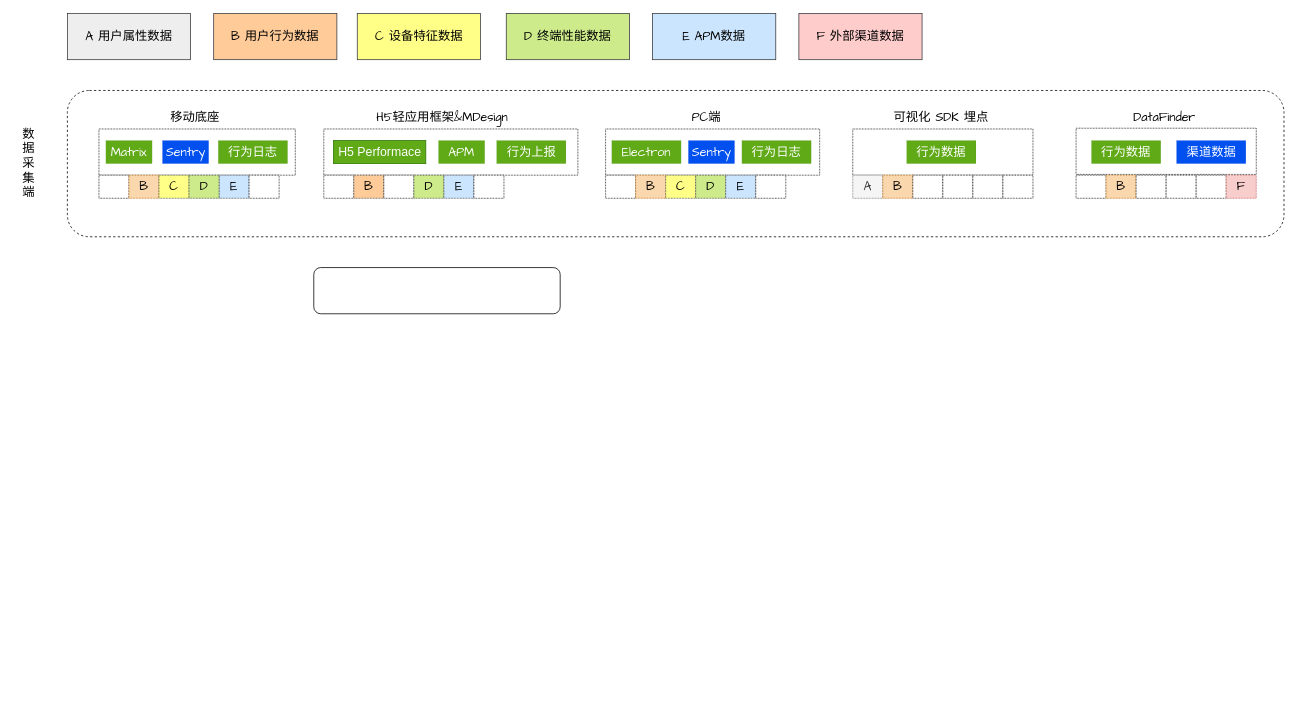
This is Copy of arch_0045.drawio from ming3000/midea, a draw.io file, before an edit. Source tidied: cells renumbered, new cells numbered last; positions are measured from the earlier drawing's top-left corner, leaving out a move shared by most shapes. Both pictures are drawn from the tidied source at 77%, with x=0, y=0 at pixel (13, 13).
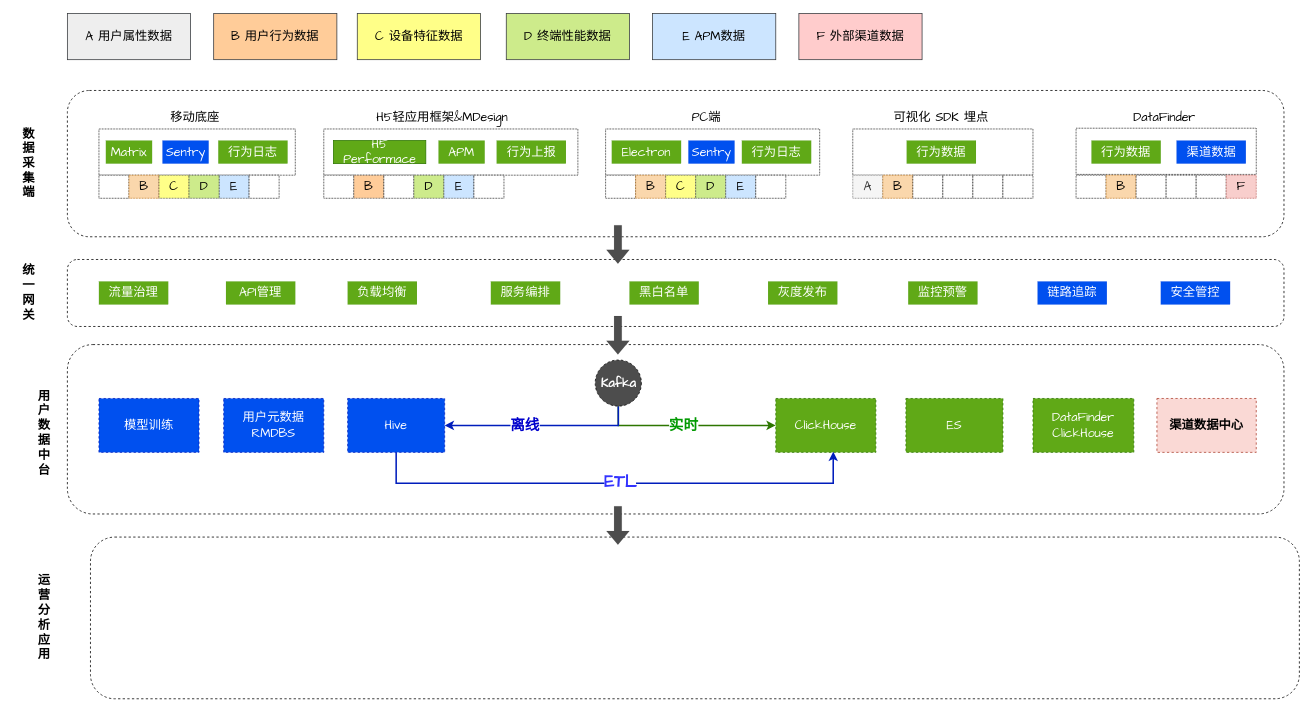
The same diagram, later.

The edit, as a diff of the source:
```diff
@@
+    <mxCell id="63" style="rounded=1;whiteSpace=wrap;html=1;dashed=1;fontSize=22;fontColor=#0000CC;fillColor=#FFFFFF;fontFamily=Comic Sans MS;" parent="1" vertex="1">
+      <mxGeometry x="70" y="430" width="1580" height="220" as="geometry" />
+    </mxCell>
@@
-    <mxCell id="7" value="数&lt;br&gt;据&lt;br&gt;采&lt;br&gt;集&lt;br&gt;端" style="rounded=0;whiteSpace=wrap;html=1;fontSize=16;strokeWidth=0;strokeColor=none;fontFamily=Comic Sans MS;" parent="1" vertex="1">
+    <mxCell id="7" value="数&lt;br&gt;据&lt;br&gt;采&lt;br&gt;集&lt;br&gt;端" style="rounded=0;whiteSpace=wrap;html=1;fontSize=16;strokeWidth=0;strokeColor=none;fontFamily=Comic Sans MS;fontStyle=1;" parent="1" vertex="1">
       <mxGeometry y="130" width="40" height="130" as="geometry" />
     </mxCell>
@@
-    <mxCell id="44" value="H5 Performace" style="rounded=0;whiteSpace=wrap;html=1;fillColor=#60a917;fontColor=#ffffff;strokeColor=#2D7600;fontSize=16;" parent="1" vertex="1">
+    <mxCell id="44" value="H5 Performace" style="rounded=0;whiteSpace=wrap;html=1;fillColor=#60a917;fontColor=#ffffff;strokeColor=#2D7600;fontSize=16;fontFamily=Comic Sans MS;" parent="1" vertex="1">
       <mxGeometry x="415.5" y="165" width="120" height="30" as="geometry" />
     </mxCell>
@@
-    <mxCell id="62" style="rounded=1;whiteSpace=wrap;html=1;fontSize=16;" parent="1" vertex="1">
-      <mxGeometry x="390" y="330" width="320" height="60" as="geometry" />
+    <mxCell id="62" style="rounded=1;whiteSpace=wrap;html=1;fontSize=16;dashed=1;fontFamily=Comic Sans MS;" parent="1" vertex="1">
+      <mxGeometry x="70" y="319.5" width="1580" height="87" as="geometry" />
     </mxCell>
+    <mxCell id="64" value="流量治理" style="rounded=0;whiteSpace=wrap;html=1;dashed=1;fontSize=16;strokeWidth=0;fontFamily=Comic Sans MS;fillColor=#60a917;fontColor=#ffffff;strokeColor=#2D7600;" parent="1" vertex="1">
+      <mxGeometry x="111" y="348" width="90" height="30" as="geometry" />
+    </mxCell>
+    <mxCell id="65" style="shape=flexArrow;endArrow=classic;html=1;rounded=0;fontSize=16;fillColor=#4D4D4D;strokeWidth=0;fontFamily=Comic Sans MS;" parent="1" edge="1">
+      <mxGeometry relative="1" as="geometry">
+        <mxPoint x="785" y="275" as="sourcePoint" />
+        <mxPoint x="785" y="325" as="targetPoint" />
+      </mxGeometry>
+    </mxCell>
+    <mxCell id="66" value="负载均衡" style="rounded=0;whiteSpace=wrap;html=1;dashed=1;fontSize=16;strokeWidth=0;fontFamily=Comic Sans MS;fillColor=#60a917;fontColor=#ffffff;strokeColor=#2D7600;" parent="1" vertex="1">
+      <mxGeometry x="434" y="348" width="90" height="30" as="geometry" />
+    </mxCell>
+    <mxCell id="67" value="灰度发布" style="rounded=0;whiteSpace=wrap;html=1;dashed=1;fontSize=16;strokeWidth=0;fontFamily=Comic Sans MS;fillColor=#60a917;fontColor=#ffffff;strokeColor=#2D7600;" parent="1" vertex="1">
+      <mxGeometry x="980" y="348" width="90" height="30" as="geometry" />
+    </mxCell>
+    <mxCell id="68" value="链路追踪" style="rounded=0;whiteSpace=wrap;html=1;dashed=1;fontSize=16;strokeWidth=0;fontFamily=Comic Sans MS;fillColor=#0050ef;fontColor=#ffffff;strokeColor=#001DBC;" parent="1" vertex="1">
+      <mxGeometry x="1330" y="348" width="90" height="30" as="geometry" />
+    </mxCell>
+    <mxCell id="69" value="安全管控" style="rounded=0;whiteSpace=wrap;html=1;dashed=1;fontSize=16;strokeWidth=0;fontFamily=Comic Sans MS;fillColor=#0050ef;fontColor=#ffffff;strokeColor=#001DBC;" parent="1" vertex="1">
+      <mxGeometry x="1490" y="348" width="90" height="30" as="geometry" />
+    </mxCell>
+    <mxCell id="70" value="用&lt;br&gt;户&lt;br&gt;数&lt;br&gt;据&lt;br&gt;中&lt;br&gt;台" style="rounded=0;whiteSpace=wrap;html=1;fontSize=16;strokeWidth=0;strokeColor=none;fontFamily=Comic Sans MS;fontStyle=1;" parent="1" vertex="1">
+      <mxGeometry x="20" y="480" width="40" height="130" as="geometry" />
+    </mxCell>
+    <mxCell id="71" style="edgeStyle=orthogonalEdgeStyle;rounded=0;jettySize=auto;html=1;exitX=0.5;exitY=1;exitDx=0;exitDy=0;fontSize=19;fontColor=#4D4D4D;strokeWidth=2;fillColor=#60a917;strokeColor=#2D7600;fontFamily=Comic Sans MS;" parent="1" edge="1" source="75" target="78">
+      <mxGeometry relative="1" as="geometry" />
+    </mxCell>
+    <mxCell id="72" value="实时" style="edgeLabel;html=1;align=center;verticalAlign=middle;fontSize=19;fontColor=#009900;fontStyle=1;fontFamily=Comic Sans MS;" parent="71" vertex="1">
+      <mxGeometry x="-0.03" y="1" relative="1" as="geometry">
+        <mxPoint x="-2" y="1" as="offset" />
+      </mxGeometry>
+    </mxCell>
+    <mxCell id="73" style="edgeStyle=orthogonalEdgeStyle;rounded=0;jettySize=auto;html=1;exitX=0.5;exitY=1;exitDx=0;exitDy=0;entryX=1;entryY=0.5;entryDx=0;entryDy=0;fontSize=19;fontColor=#0000CC;strokeWidth=2;fillColor=#0050ef;strokeColor=#001DBC;fontFamily=Comic Sans MS;" parent="1" edge="1" source="75" target="81">
+      <mxGeometry relative="1" as="geometry" />
+    </mxCell>
+    <mxCell id="74" value="离线" style="edgeLabel;html=1;align=center;verticalAlign=middle;fontSize=19;fontColor=#0000CC;fontStyle=1;fontFamily=Comic Sans MS;" parent="73" vertex="1">
+      <mxGeometry x="0.34" y="1" relative="1" as="geometry">
+        <mxPoint x="21" y="-1" as="offset" />
+      </mxGeometry>
+    </mxCell>
+    <mxCell id="75" value="Kafka" style="ellipse;whiteSpace=wrap;html=1;dashed=1;fontSize=16;fillColor=#4D4D4D;fontColor=#FFFFFF;fontStyle=1;fontFamily=Comic Sans MS;" parent="1" vertex="1">
+      <mxGeometry x="755.5" y="450" width="60" height="60" as="geometry" />
+    </mxCell>
+    <mxCell id="76" style="shape=flexArrow;endArrow=classic;html=1;rounded=0;fontSize=16;fillColor=#4D4D4D;strokeWidth=0;fontFamily=Comic Sans MS;" parent="1" edge="1">
+      <mxGeometry relative="1" as="geometry">
+        <mxPoint x="785" y="393" as="sourcePoint" />
+        <mxPoint x="785" y="443" as="targetPoint" />
+      </mxGeometry>
+    </mxCell>
+    <mxCell id="77" value="DataFinder&lt;br style=&quot;font-size: 16px&quot;&gt;ClickHouse" style="rounded=0;whiteSpace=wrap;html=1;dashed=1;fontSize=16;fontColor=#ffffff;fillColor=#60a917;strokeColor=#2D7600;fontFamily=Comic Sans MS;" parent="1" vertex="1">
+      <mxGeometry x="1324" y="500" width="131" height="70" as="geometry" />
+    </mxCell>
+    <mxCell id="78" value="ClickHouse" style="rounded=0;whiteSpace=wrap;html=1;dashed=1;fontSize=16;fontColor=#ffffff;fillColor=#60a917;strokeColor=#2D7600;fontFamily=Comic Sans MS;" parent="1" vertex="1">
+      <mxGeometry x="990" y="500" width="130" height="70" as="geometry" />
+    </mxCell>
+    <mxCell id="79" style="edgeStyle=orthogonalEdgeStyle;rounded=0;jettySize=auto;html=1;exitX=0.5;exitY=1;exitDx=0;exitDy=0;entryX=0.574;entryY=0.987;entryDx=0;entryDy=0;entryPerimeter=0;fontSize=19;fontColor=#4D4D4D;strokeWidth=2;fillColor=#0050ef;strokeColor=#001DBC;fontFamily=Comic Sans MS;" parent="1" edge="1" source="81" target="78">
+      <mxGeometry relative="1" as="geometry">
+        <Array as="points">
+          <mxPoint x="497" y="610" />
+          <mxPoint x="1065" y="610" />
+        </Array>
+      </mxGeometry>
+    </mxCell>
+    <mxCell id="80" value="ETL" style="edgeLabel;html=1;align=center;verticalAlign=middle;fontSize=22;fontColor=#3333FF;fontStyle=1;fontFamily=Comic Sans MS;" parent="79" vertex="1">
+      <mxGeometry x="-0.16" y="1" relative="1" as="geometry">
+        <mxPoint x="58" as="offset" />
+      </mxGeometry>
+    </mxCell>
+    <mxCell id="81" value="Hive" style="rounded=0;whiteSpace=wrap;html=1;dashed=1;fontSize=16;fontColor=#ffffff;fillColor=#0050ef;strokeColor=#001DBC;fontFamily=Comic Sans MS;" parent="1" vertex="1">
+      <mxGeometry x="434" y="500" width="126" height="70" as="geometry" />
+    </mxCell>
+    <mxCell id="82" value="用户元数据&lt;br style=&quot;font-size: 16px;&quot;&gt;RMDBS" style="rounded=0;whiteSpace=wrap;html=1;dashed=1;fontSize=16;fontColor=#ffffff;fillColor=#0050ef;strokeColor=#001DBC;fontFamily=Comic Sans MS;" parent="1" vertex="1">
+      <mxGeometry x="273" y="500" width="130" height="70" as="geometry" />
+    </mxCell>
+    <mxCell id="83" value="渠道数据中心" style="rounded=0;whiteSpace=wrap;html=1;dashed=1;fontSize=16;fillColor=#fad9d5;strokeColor=#ae4132;fontStyle=1;fontFamily=Comic Sans MS;" parent="1" vertex="1">
+      <mxGeometry x="1485" y="500" width="129" height="70" as="geometry" />
+    </mxCell>
+    <mxCell id="84" value="ES" style="rounded=0;whiteSpace=wrap;html=1;dashed=1;fontSize=16;fontColor=#ffffff;fillColor=#60a917;strokeColor=#2D7600;fontFamily=Comic Sans MS;" parent="1" vertex="1">
+      <mxGeometry x="1159" y="500" width="126" height="70" as="geometry" />
+    </mxCell>
+    <mxCell id="85" style="rounded=1;whiteSpace=wrap;html=1;dashed=1;fontSize=22;fontColor=#0000CC;fillColor=#FFFFFF;fontFamily=Comic Sans MS;" parent="1" vertex="1">
+      <mxGeometry x="100" y="680" width="1570" height="210" as="geometry" />
+    </mxCell>
+    <mxCell id="86" value="运&lt;br&gt;营&lt;br&gt;分&lt;br&gt;析&lt;br&gt;应&lt;br&gt;用" style="rounded=0;whiteSpace=wrap;html=1;fontSize=16;strokeWidth=0;strokeColor=none;fontFamily=Comic Sans MS;fontStyle=1;" parent="1" vertex="1">
+      <mxGeometry x="20" y="720" width="40" height="130" as="geometry" />
+    </mxCell>
+    <mxCell id="87" style="shape=flexArrow;endArrow=classic;html=1;rounded=0;fontSize=16;fillColor=#4D4D4D;strokeWidth=0;fontFamily=Comic Sans MS;" parent="1" edge="1">
+      <mxGeometry relative="1" as="geometry">
+        <mxPoint x="785" y="640" as="sourcePoint" />
+        <mxPoint x="785" y="690" as="targetPoint" />
+      </mxGeometry>
+    </mxCell>
+    <mxCell id="88" value="模型训练" style="rounded=0;whiteSpace=wrap;html=1;dashed=1;fontSize=16;fontColor=#ffffff;fillColor=#0050ef;strokeColor=#001DBC;fontFamily=Comic Sans MS;" parent="1" vertex="1">
+      <mxGeometry x="111" y="500" width="130" height="70" as="geometry" />
+    </mxCell>
+    <mxCell id="89" value="统&lt;br&gt;一&lt;br&gt;网&lt;br&gt;关" style="rounded=0;whiteSpace=wrap;html=1;fontSize=16;strokeWidth=0;strokeColor=none;fontFamily=Comic Sans MS;fontStyle=1;" parent="1" vertex="1">
+      <mxGeometry y="298" width="40" height="130" as="geometry" />
+    </mxCell>
+    <mxCell id="90" value="API管理" style="rounded=0;whiteSpace=wrap;html=1;dashed=1;fontSize=16;strokeWidth=0;fontFamily=Comic Sans MS;fillColor=#60a917;fontColor=#ffffff;strokeColor=#2D7600;" parent="1" vertex="1">
+      <mxGeometry x="276" y="348" width="90" height="30" as="geometry" />
+    </mxCell>
+    <mxCell id="91" value="服务编排" style="rounded=0;whiteSpace=wrap;html=1;dashed=1;fontSize=16;strokeWidth=0;fontFamily=Comic Sans MS;fillColor=#60a917;fontColor=#ffffff;strokeColor=#2D7600;" parent="1" vertex="1">
+      <mxGeometry x="620" y="348" width="90" height="30" as="geometry" />
+    </mxCell>
+    <mxCell id="92" value="黑白名单" style="rounded=0;whiteSpace=wrap;html=1;dashed=1;fontSize=16;strokeWidth=0;fontFamily=Comic Sans MS;fillColor=#60a917;fontColor=#ffffff;strokeColor=#2D7600;" parent="1" vertex="1">
+      <mxGeometry x="800" y="348" width="90" height="30" as="geometry" />
+    </mxCell>
+    <mxCell id="93" value="监控预警" style="rounded=0;whiteSpace=wrap;html=1;dashed=1;fontSize=16;strokeWidth=0;fontFamily=Comic Sans MS;fillColor=#60a917;fontColor=#ffffff;strokeColor=#2D7600;" parent="1" vertex="1">
+      <mxGeometry x="1162" y="348" width="90" height="30" as="geometry" />
+    </mxCell>
```
